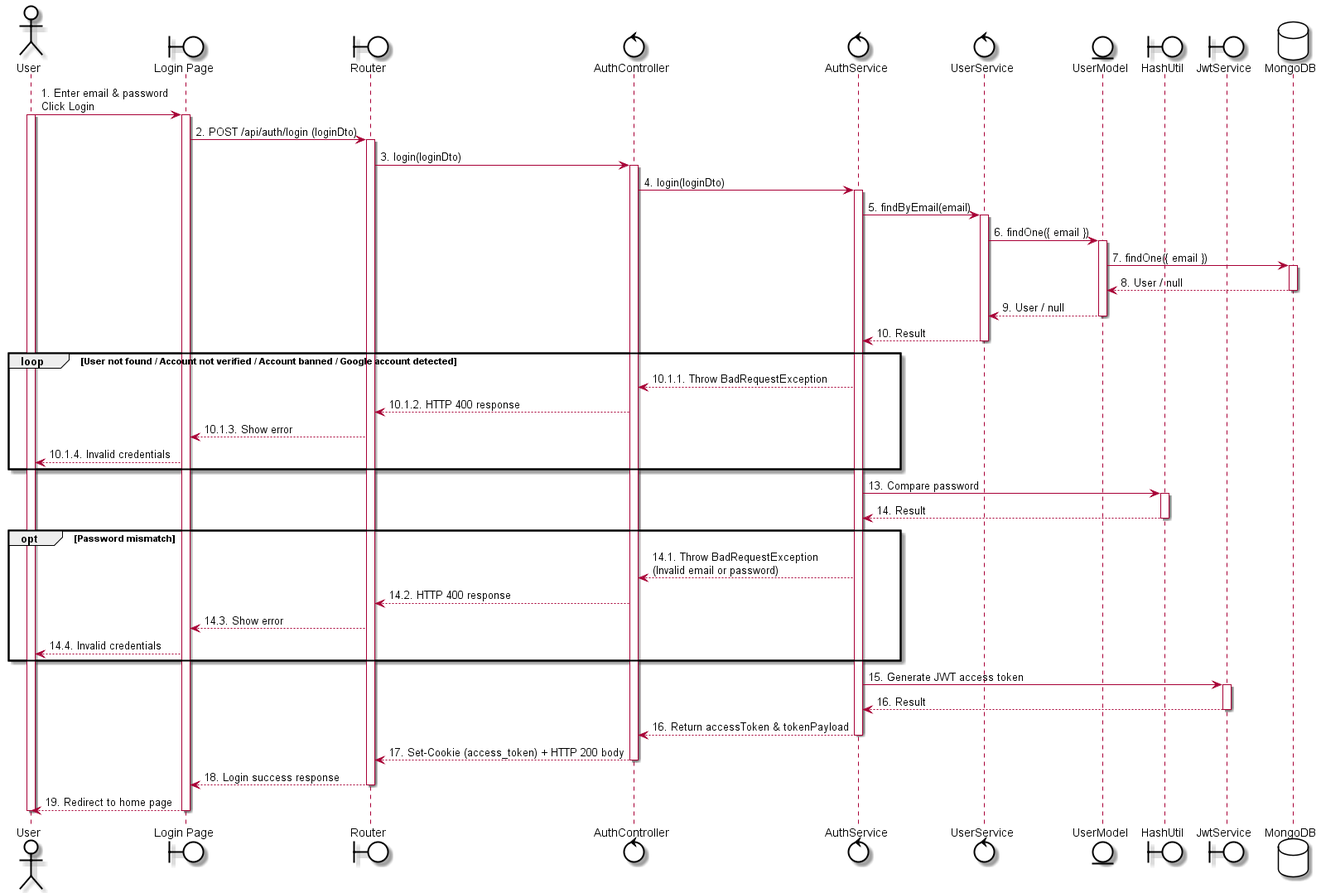
This is out/uc5 - Email Login/uc5 - Email Login.png from LGK1412/sequence_sep490_01, a PlantUML export, as it was before one commit. The source it was exported from:
```plantuml
@startuml
skinparam {
    ActorBackgroundColor #FFFFFF
    BoundaryBackgroundColor #FFFFFF
    ControlBackgroundColor #FFFFFF
    EntityBackgroundColor #FFFFFF
    DatabaseBackgroundColor #FFFFFF

    ActorBorderColor black
    BoundaryBorderColor black
    ControlBorderColor black
    EntityBorderColor black
    DatabaseBorderColor black
}

actor User
boundary "Login Page" as UI
boundary Router
control AuthController
control AuthService
control UserService
entity UserModel
boundary HashUtil
boundary JwtService
database MongoDB

User -> UI: 1. Enter email & password\nClick Login
activate User
activate UI

UI -> Router: 2. POST /api/auth/login (loginDto)
activate Router

Router -> AuthController: 3. login(loginDto)
activate AuthController

AuthController -> AuthService: 4. login(loginDto)
activate AuthService

AuthService -> UserService: 5. findByEmail(email)
activate UserService
UserService -> UserModel: 6. findOne({ email })
activate UserModel
UserModel -> MongoDB: 7. findOne({ email })
activate MongoDB
MongoDB --> UserModel: 8. User / null
deactivate MongoDB
UserModel --> UserService: 9. User / null
deactivate UserModel
UserService --> AuthService: 10. Result
deactivate UserService

loop User not found / Account not verified / Account banned / Google account detected
    AuthService --> AuthController: 10.1.1. Throw BadRequestException
    AuthController --> Router: 10.1.2. HTTP 400 response
    Router --> UI: 10.1.3. Show error
    UI --> User: 10.1.4. Invalid credentials
end

AuthService -> HashUtil: 13. Compare password
activate HashUtil
HashUtil --> AuthService: 14. Result
deactivate HashUtil

opt Password mismatch
    AuthService --> AuthController: 14.1. Throw BadRequestException\n(Invalid email or password)
    AuthController --> Router: 14.2. HTTP 400 response
    Router --> UI: 14.3. Show error
    UI --> User: 14.4. Invalid credentials
end

AuthService -> JwtService: 15. Generate JWT access token
activate JwtService
JwtService --> AuthService: 16. Result
deactivate JwtService

AuthService --> AuthController: 16. Return accessToken & tokenPayload
deactivate AuthService

AuthController --> Router: 17. Set-Cookie (access_token) + HTTP 200 body
deactivate AuthController

Router --> UI: 18. Login success response
deactivate Router

UI --> User: 19. Redirect to home page
deactivate UI
deactivate User
@enduml
```
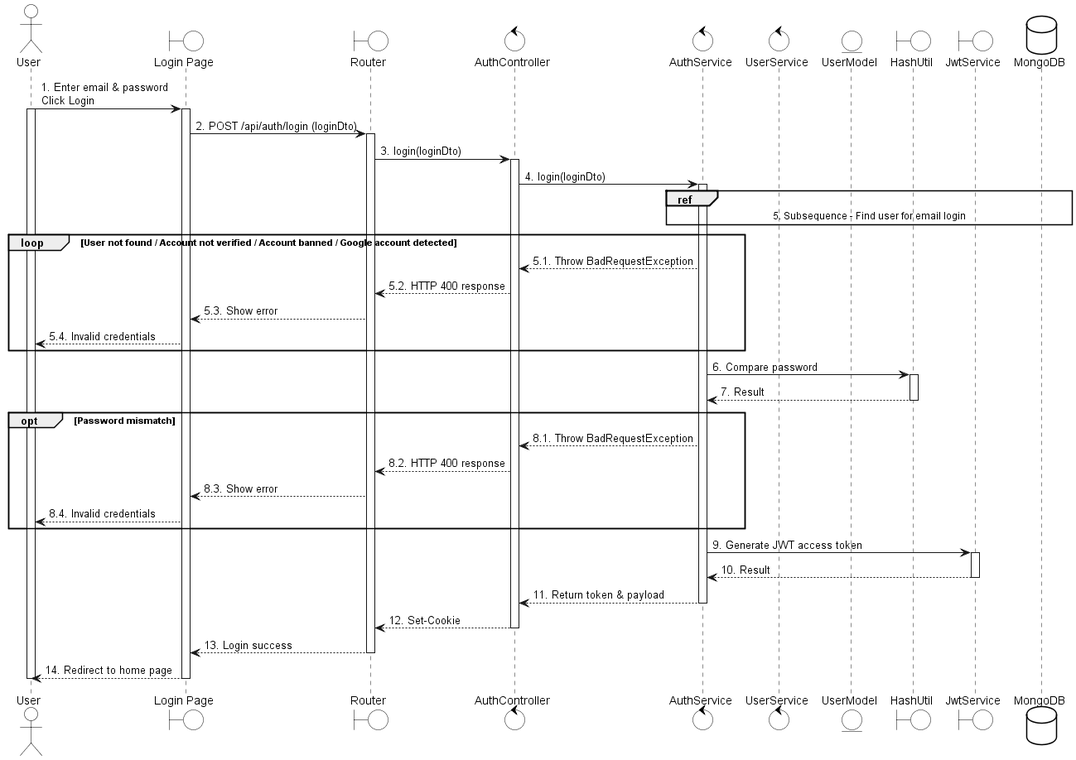
Above is the later version.

Diff of the diagram source:
```diff
@@ -37,53 +37,44 @@
 AuthController -> AuthService: 4. login(loginDto)
 activate AuthService
 
-AuthService -> UserService: 5. findByEmail(email)
-activate UserService
-UserService -> UserModel: 6. findOne({ email })
-activate UserModel
-UserModel -> MongoDB: 7. findOne({ email })
-activate MongoDB
-MongoDB --> UserModel: 8. User / null
-deactivate MongoDB
-UserModel --> UserService: 9. User / null
-deactivate UserModel
-UserService --> AuthService: 10. Result
-deactivate UserService
+ref over AuthService, UserService, UserModel, MongoDB
+    5. Subsequence - Find user for email login
+end ref
 
 loop User not found / Account not verified / Account banned / Google account detected
-    AuthService --> AuthController: 10.1.1. Throw BadRequestException
-    AuthController --> Router: 10.1.2. HTTP 400 response
-    Router --> UI: 10.1.3. Show error
-    UI --> User: 10.1.4. Invalid credentials
+    AuthService --> AuthController: 5.1. Throw BadRequestException
+    AuthController --> Router: 5.2. HTTP 400 response
+    Router --> UI: 5.3. Show error
+    UI --> User: 5.4. Invalid credentials
 end
 
-AuthService -> HashUtil: 13. Compare password
+AuthService -> HashUtil: 6. Compare password
 activate HashUtil
-HashUtil --> AuthService: 14. Result
+HashUtil --> AuthService: 7. Result
 deactivate HashUtil
 
 opt Password mismatch
-    AuthService --> AuthController: 14.1. Throw BadRequestException\n(Invalid email or password)
-    AuthController --> Router: 14.2. HTTP 400 response
-    Router --> UI: 14.3. Show error
-    UI --> User: 14.4. Invalid credentials
+    AuthService --> AuthController: 8.1. Throw BadRequestException
+    AuthController --> Router: 8.2. HTTP 400 response
+    Router --> UI: 8.3. Show error
+    UI --> User: 8.4. Invalid credentials
 end
 
-AuthService -> JwtService: 15. Generate JWT access token
+AuthService -> JwtService: 9. Generate JWT access token
 activate JwtService
-JwtService --> AuthService: 16. Result
+JwtService --> AuthService: 10. Result
 deactivate JwtService
 
-AuthService --> AuthController: 16. Return accessToken & tokenPayload
+AuthService --> AuthController: 11. Return token & payload
 deactivate AuthService
 
-AuthController --> Router: 17. Set-Cookie (access_token) + HTTP 200 body
+AuthController --> Router: 12. Set-Cookie
 deactivate AuthController
 
-Router --> UI: 18. Login success response
+Router --> UI: 13. Login success
 deactivate Router
 
-UI --> User: 19. Redirect to home page
+UI --> User: 14. Redirect to home page
 deactivate UI
 deactivate User
 @enduml
```
